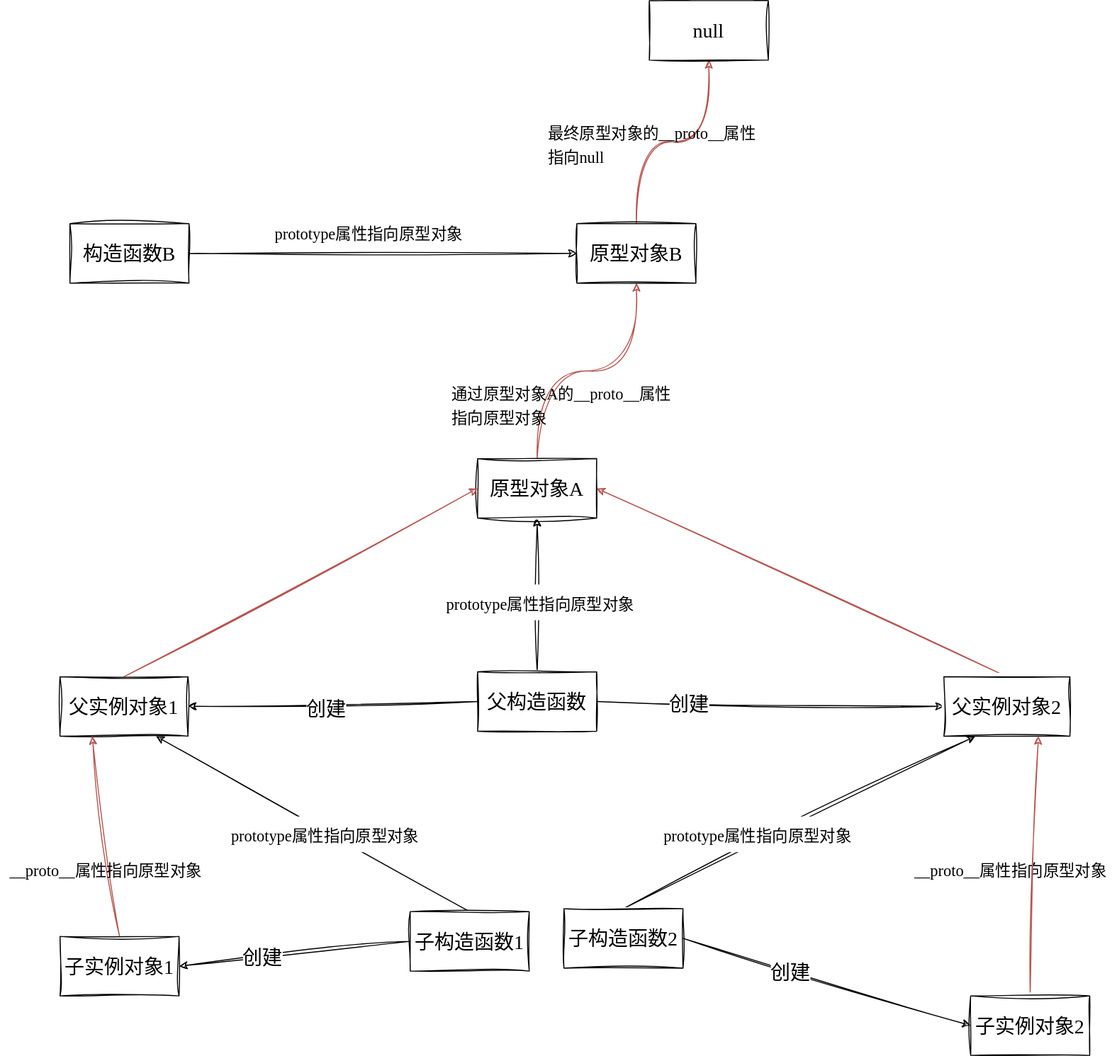
Before: diagrams/front-end/prototype_inheritance.svg, a diagram exported from draw.io (luguosong/images). Source tidied: cells renumbered, new cells last; positions are measured from the earlier drawing's top-left corner, leaving out a move shared by most shapes.
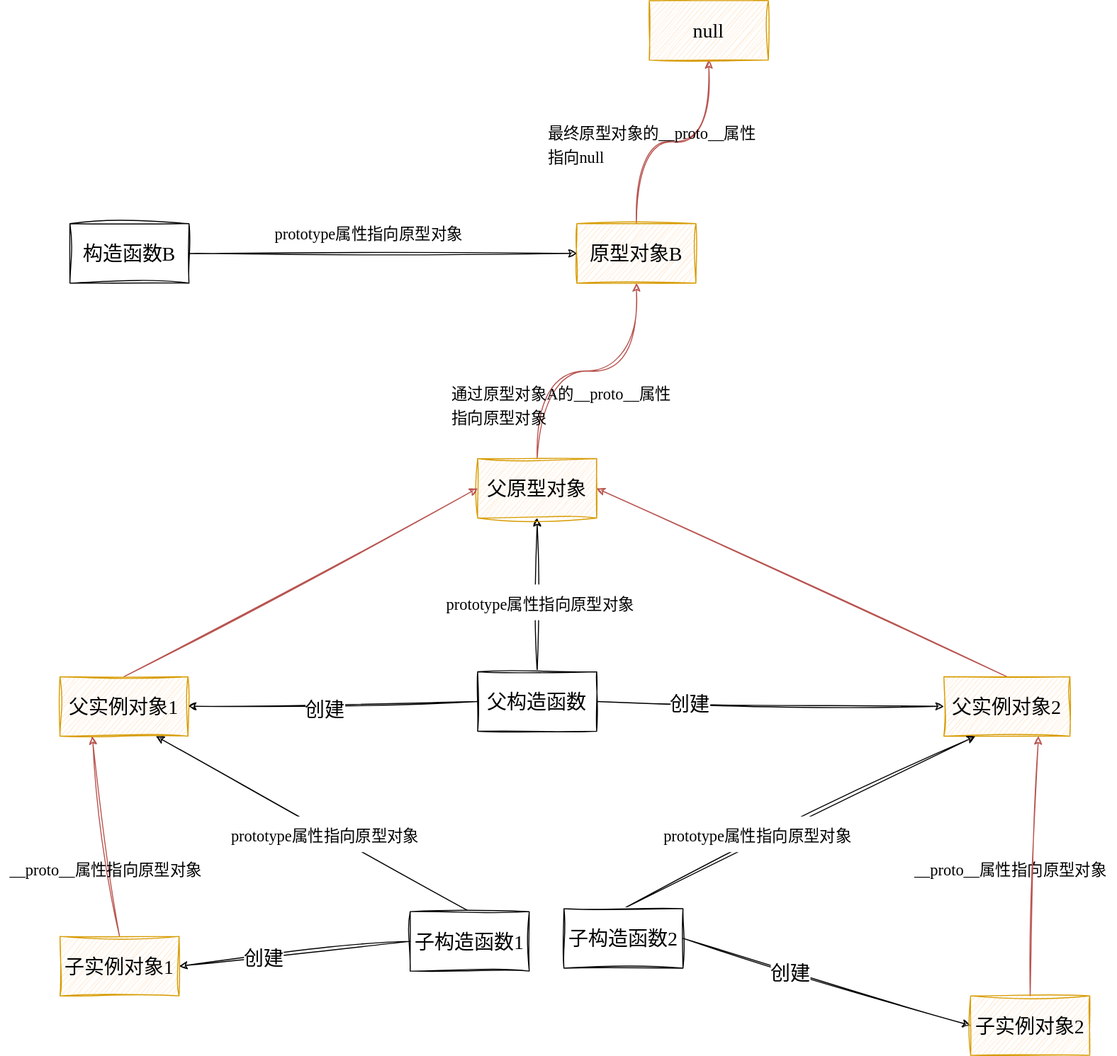
After the commit.

What changed in the source:
```diff
@@ -23,7 +23,7 @@
     <mxCell id="8" style="edgeStyle=orthogonalEdgeStyle;curved=1;rounded=0;sketch=1;hachureGap=4;jiggle=2;curveFitting=1;jettySize=auto;html=1;exitX=0.5;exitY=0;exitDx=0;exitDy=0;entryX=0.5;entryY=1;entryDx=0;entryDy=0;fontFamily=Architects Daughter;fontSource=https%3A%2F%2Ffonts.googleapis.com%2Fcss%3Ffamily%3DArchitects%2BDaughter;fontSize=16;fillColor=#f8cecc;strokeColor=#b85450;" parent="1" edge="1" source="9" target="12">
       <mxGeometry relative="1" as="geometry" />
     </mxCell>
-    <mxCell id="9" value="原型对象A" style="rounded=0;whiteSpace=wrap;html=1;sketch=1;hachureGap=4;jiggle=2;curveFitting=1;fontFamily=Architects Daughter;fontSource=https%3A%2F%2Ffonts.googleapis.com%2Fcss%3Ffamily%3DArchitects%2BDaughter;fontSize=20;" parent="1" vertex="1">
+    <mxCell id="9" value="父原型对象" style="rounded=0;whiteSpace=wrap;html=1;sketch=1;hachureGap=4;jiggle=2;curveFitting=1;fontFamily=Architects Daughter;fontSource=https%3A%2F%2Ffonts.googleapis.com%2Fcss%3Ffamily%3DArchitects%2BDaughter;fontSize=20;fillColor=#ffe6cc;strokeColor=#d79b00;" parent="1" vertex="1">
       <mxGeometry x="421" y="462" width="120" height="60" as="geometry" />
     </mxCell>
     <mxCell id="10" value="&lt;font style=&quot;font-size: 16px;&quot;&gt;prototype属性指向原型对象&lt;/font&gt;" style="text;html=1;align=center;verticalAlign=middle;strokeColor=none;fillColor=default;fontSize=20;fontFamily=Architects Daughter;" parent="1" vertex="1">
@@ -32,7 +32,7 @@
     <mxCell id="11" style="edgeStyle=orthogonalEdgeStyle;curved=1;rounded=0;sketch=1;hachureGap=4;jiggle=2;curveFitting=1;jettySize=auto;html=1;exitX=0.5;exitY=0;exitDx=0;exitDy=0;entryX=0.5;entryY=1;entryDx=0;entryDy=0;fontFamily=Architects Daughter;fontSource=https%3A%2F%2Ffonts.googleapis.com%2Fcss%3Ffamily%3DArchitects%2BDaughter;fontSize=16;fillColor=#f8cecc;strokeColor=#b85450;" parent="1" edge="1" source="12" target="17">
       <mxGeometry relative="1" as="geometry" />
     </mxCell>
-    <mxCell id="12" value="原型对象B" style="rounded=0;whiteSpace=wrap;html=1;sketch=1;hachureGap=4;jiggle=2;curveFitting=1;fontFamily=Architects Daughter;fontSource=https%3A%2F%2Ffonts.googleapis.com%2Fcss%3Ffamily%3DArchitects%2BDaughter;fontSize=20;" parent="1" vertex="1">
+    <mxCell id="12" value="原型对象B" style="rounded=0;whiteSpace=wrap;html=1;sketch=1;hachureGap=4;jiggle=2;curveFitting=1;fontFamily=Architects Daughter;fontSource=https%3A%2F%2Ffonts.googleapis.com%2Fcss%3Ffamily%3DArchitects%2BDaughter;fontSize=20;fillColor=#ffe6cc;strokeColor=#d79b00;" parent="1" vertex="1">
       <mxGeometry x="521" y="225" width="120" height="60" as="geometry" />
     </mxCell>
     <mxCell id="13" style="edgeStyle=orthogonalEdgeStyle;curved=1;rounded=0;sketch=1;hachureGap=4;jiggle=2;curveFitting=1;jettySize=auto;html=1;exitX=1;exitY=0.5;exitDx=0;exitDy=0;entryX=0;entryY=0.5;entryDx=0;entryDy=0;fontFamily=Architects Daughter;fontSource=https%3A%2F%2Ffonts.googleapis.com%2Fcss%3Ffamily%3DArchitects%2BDaughter;fontSize=16;" parent="1" edge="1" source="14" target="12">
@@ -47,7 +47,7 @@
     <mxCell id="16" value="&lt;font style=&quot;font-size: 16px;&quot;&gt;通过原型对象A的__proto__属性&lt;br&gt;指向原型对象&lt;/font&gt;" style="edgeLabel;html=1;align=left;verticalAlign=middle;fontSize=20;fontFamily=Architects Daughter;labelBackgroundColor=none;" parent="1" vertex="1">
       <mxGeometry x="393" y="406" as="geometry" />
     </mxCell>
-    <mxCell id="17" value="null" style="rounded=0;whiteSpace=wrap;html=1;sketch=1;hachureGap=4;jiggle=2;curveFitting=1;fontFamily=Architects Daughter;fontSource=https%3A%2F%2Ffonts.googleapis.com%2Fcss%3Ffamily%3DArchitects%2BDaughter;fontSize=20;" parent="1" vertex="1">
+    <mxCell id="17" value="null" style="rounded=0;whiteSpace=wrap;html=1;sketch=1;hachureGap=4;jiggle=2;curveFitting=1;fontFamily=Architects Daughter;fontSource=https%3A%2F%2Ffonts.googleapis.com%2Fcss%3Ffamily%3DArchitects%2BDaughter;fontSize=20;fillColor=#ffe6cc;strokeColor=#d79b00;" parent="1" vertex="1">
       <mxGeometry x="594" width="120" height="60" as="geometry" />
     </mxCell>
     <mxCell id="18" value="&lt;font style=&quot;font-size: 16px;&quot;&gt;最终原型对象的__proto__属性&lt;br&gt;指向null&lt;/font&gt;" style="edgeLabel;html=1;align=left;verticalAlign=middle;fontSize=20;fontFamily=Architects Daughter;labelBackgroundColor=none;" parent="1" vertex="1">
@@ -56,13 +56,13 @@
     <mxCell id="19" style="edgeStyle=none;rounded=0;sketch=1;hachureGap=4;jiggle=2;curveFitting=1;jettySize=auto;html=1;exitX=0.5;exitY=0;exitDx=0;exitDy=0;entryX=0;entryY=0.5;entryDx=0;entryDy=0;fontFamily=Architects Daughter;fontSource=https%3A%2F%2Ffonts.googleapis.com%2Fcss%3Ffamily%3DArchitects%2BDaughter;fontSize=16;fillColor=#f8cecc;strokeColor=#b85450;" parent="1" edge="1" source="20" target="9">
       <mxGeometry relative="1" as="geometry" />
     </mxCell>
-    <mxCell id="20" value="父实例对象1" style="rounded=0;whiteSpace=wrap;html=1;sketch=1;hachureGap=4;jiggle=2;curveFitting=1;fontFamily=Architects Daughter;fontSource=https%3A%2F%2Ffonts.googleapis.com%2Fcss%3Ffamily%3DArchitects%2BDaughter;fontSize=20;" parent="1" vertex="1">
+    <mxCell id="20" value="父实例对象1" style="rounded=0;whiteSpace=wrap;html=1;sketch=1;hachureGap=4;jiggle=2;curveFitting=1;fontFamily=Architects Daughter;fontSource=https%3A%2F%2Ffonts.googleapis.com%2Fcss%3Ffamily%3DArchitects%2BDaughter;fontSize=20;fillColor=#ffe6cc;strokeColor=#d79b00;" parent="1" vertex="1">
       <mxGeometry y="682" width="129" height="60" as="geometry" />
     </mxCell>
     <mxCell id="21" style="edgeStyle=none;rounded=0;sketch=1;hachureGap=4;jiggle=2;curveFitting=1;jettySize=auto;html=1;exitX=0.5;exitY=0;exitDx=0;exitDy=0;entryX=1;entryY=0.5;entryDx=0;entryDy=0;fontFamily=Architects Daughter;fontSource=https%3A%2F%2Ffonts.googleapis.com%2Fcss%3Ffamily%3DArchitects%2BDaughter;fontSize=16;fillColor=#f8cecc;strokeColor=#b85450;" parent="1" edge="1" source="22" target="9">
       <mxGeometry relative="1" as="geometry" />
     </mxCell>
-    <mxCell id="22" value="父实例对象2" style="rounded=0;whiteSpace=wrap;html=1;sketch=1;hachureGap=4;jiggle=2;curveFitting=1;fontFamily=Architects Daughter;fontSource=https%3A%2F%2Ffonts.googleapis.com%2Fcss%3Ffamily%3DArchitects%2BDaughter;fontSize=20;" parent="1" vertex="1">
+    <mxCell id="22" value="父实例对象2" style="rounded=0;whiteSpace=wrap;html=1;sketch=1;hachureGap=4;jiggle=2;curveFitting=1;fontFamily=Architects Daughter;fontSource=https%3A%2F%2Ffonts.googleapis.com%2Fcss%3Ffamily%3DArchitects%2BDaughter;fontSize=20;fillColor=#ffe6cc;strokeColor=#d79b00;" parent="1" vertex="1">
       <mxGeometry x="891" y="682" width="127" height="60" as="geometry" />
     </mxCell>
     <mxCell id="23" style="edgeStyle=none;rounded=0;sketch=1;hachureGap=4;jiggle=2;curveFitting=1;jettySize=auto;html=1;exitX=0.5;exitY=0;exitDx=0;exitDy=0;entryX=0.75;entryY=1;entryDx=0;entryDy=0;fontFamily=Architects Daughter;fontSource=https%3A%2F%2Ffonts.googleapis.com%2Fcss%3Ffamily%3DArchitects%2BDaughter;fontSize=16;" parent="1" edge="1" source="26" target="20">
@@ -108,13 +108,13 @@
         <mxPoint x="912" as="offset" />
       </mxGeometry>
     </mxCell>
-    <mxCell id="36" value="子实例对象1" style="rounded=0;whiteSpace=wrap;html=1;sketch=1;hachureGap=4;jiggle=2;curveFitting=1;fontFamily=Architects Daughter;fontSource=https%3A%2F%2Ffonts.googleapis.com%2Fcss%3Ffamily%3DArchitects%2BDaughter;fontSize=20;" parent="1" vertex="1">
+    <mxCell id="36" value="子实例对象1" style="rounded=0;whiteSpace=wrap;html=1;sketch=1;hachureGap=4;jiggle=2;curveFitting=1;fontFamily=Architects Daughter;fontSource=https%3A%2F%2Ffonts.googleapis.com%2Fcss%3Ffamily%3DArchitects%2BDaughter;fontSize=20;fillColor=#ffe6cc;strokeColor=#d79b00;" parent="1" vertex="1">
       <mxGeometry y="944" width="120" height="60" as="geometry" />
     </mxCell>
     <mxCell id="37" style="edgeStyle=none;rounded=0;sketch=1;hachureGap=4;jiggle=2;curveFitting=1;jettySize=auto;html=1;exitX=0.5;exitY=0;exitDx=0;exitDy=0;entryX=0.75;entryY=1;entryDx=0;entryDy=0;fontFamily=Architects Daughter;fontSource=https%3A%2F%2Ffonts.googleapis.com%2Fcss%3Ffamily%3DArchitects%2BDaughter;fontSize=16;fillColor=#f8cecc;strokeColor=#b85450;" parent="1" edge="1" source="38" target="22">
       <mxGeometry relative="1" as="geometry" />
     </mxCell>
-    <mxCell id="38" value="子实例对象2" style="rounded=0;whiteSpace=wrap;html=1;sketch=1;hachureGap=4;jiggle=2;curveFitting=1;fontFamily=Architects Daughter;fontSource=https%3A%2F%2Ffonts.googleapis.com%2Fcss%3Ffamily%3DArchitects%2BDaughter;fontSize=20;" parent="1" vertex="1">
+    <mxCell id="38" value="子实例对象2" style="rounded=0;whiteSpace=wrap;html=1;sketch=1;hachureGap=4;jiggle=2;curveFitting=1;fontFamily=Architects Daughter;fontSource=https%3A%2F%2Ffonts.googleapis.com%2Fcss%3Ffamily%3DArchitects%2BDaughter;fontSize=20;fillColor=#ffe6cc;strokeColor=#d79b00;" parent="1" vertex="1">
       <mxGeometry x="918" y="1004" width="120" height="60" as="geometry" />
     </mxCell>
   </root>
```
